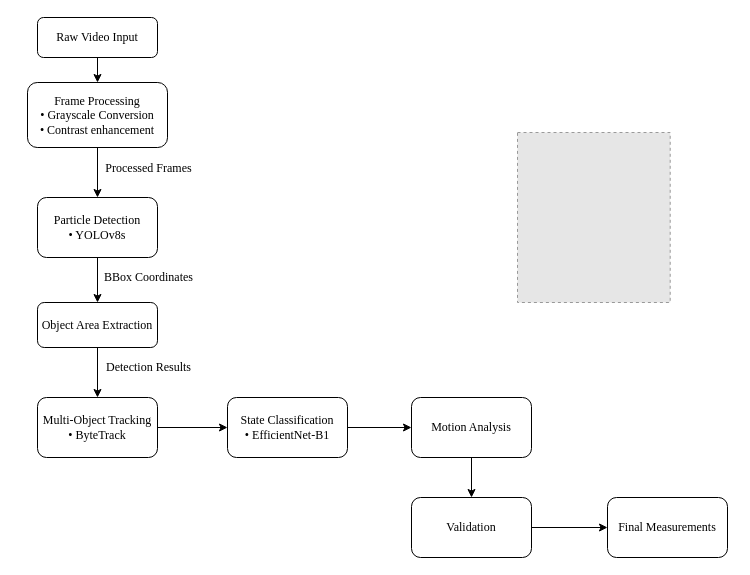
This is Untitled Diagram.drawio from 14790897/550-preprocess, a draw.io file, before an edit. Source tidied: cells renumbered, new cells numbered last; positions are measured from the earlier drawing's top-left corner, leaving out a move shared by most shapes. Both pictures are drawn from the tidied source at 100%, with x=0, y=0 at pixel (27, 17). Pictures stored in the file or linked from it are replaced by grey dashed boxes.
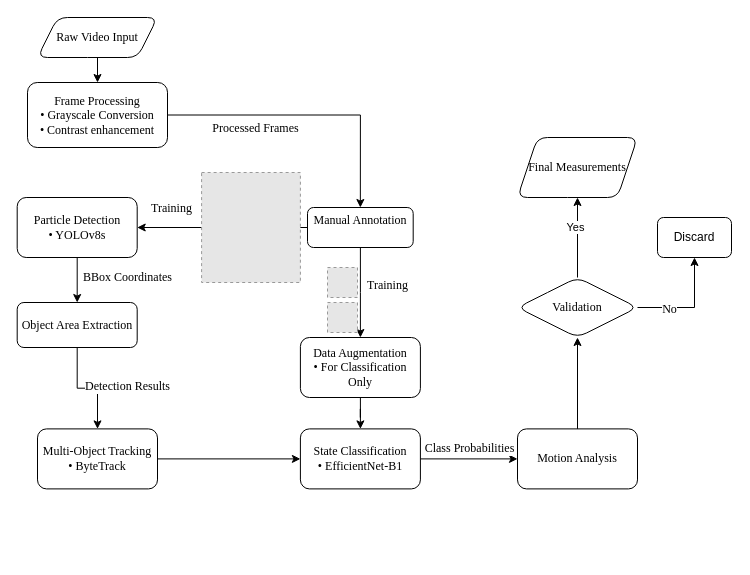
After the change.

Unchanged cells that the change refers to:
```xml
<mxCell id="7" value="Frame Processing&lt;div&gt;• Grayscale Conversion&lt;/div&gt;&lt;div&gt;• Contrast enhancement&lt;/div&gt;" style="rounded=1;whiteSpace=wrap;html=1;fontSize=12;glass=0;strokeWidth=1;shadow=0;fontFamily=Times New Roman;" parent="1" vertex="1">
  <mxGeometry y="65" width="140" height="65" as="geometry" />
</mxCell>
<mxCell id="16" style="edgeStyle=orthogonalEdgeStyle;rounded=0;jettySize=auto;html=1;entryX=0;entryY=0.5;entryDx=0;entryDy=0;fontFamily=Times New Roman;fontSize=12;fontColor=default;" parent="1" edge="1" source="17" target="19">
  <mxGeometry relative="1" as="geometry" />
</mxCell>
<mxCell id="20" style="edgeStyle=orthogonalEdgeStyle;rounded=0;jettySize=auto;html=1;fontFamily=Times New Roman;fontSize=12;fontColor=default;" parent="1" edge="1" source="21" target="22">
  <mxGeometry relative="1" as="geometry" />
</mxCell>
```

What changed in the source:
```diff
@@
-    <mxCell id="3" value="Raw Video Input" style="rounded=1;whiteSpace=wrap;html=1;fontSize=12;glass=0;strokeWidth=1;shadow=0;fontFamily=Times New Roman;" parent="1" vertex="1">
+    <mxCell id="3" value="Raw Video Input" style="rounded=1;whiteSpace=wrap;html=1;fontSize=12;glass=0;strokeWidth=1;shadow=0;fontFamily=Times New Roman;shape=parallelogram;perimeter=parallelogramPerimeter;fixedSize=1;" parent="1" vertex="1">
       <mxGeometry x="10" width="120" height="40" as="geometry" />
     </mxCell>
-    <mxCell id="4" style="fillColor=#E6E6E6;strokeColor=#999999;dashed=1;verticalLabelPosition=bottom;verticalAlign=top;" parent="1" vertex="1">
-      <mxGeometry x="490" y="115" width="152.7" height="170" as="geometry" />
-    </mxCell>
-    <mxCell id="5" style="edgeStyle=orthogonalEdgeStyle;rounded=0;jettySize=auto;html=1;entryX=0.5;entryY=0;entryDx=0;entryDy=0;fontFamily=Times New Roman;fontSize=12;fontColor=default;" parent="1" edge="1" source="7" target="10">
+    <mxCell id="5" style="edgeStyle=orthogonalEdgeStyle;rounded=0;jettySize=auto;html=1;entryX=0.5;entryY=0;entryDx=0;entryDy=0;fontFamily=Times New Roman;fontSize=12;fontColor=default;" parent="1" edge="1" source="7" target="32">
       <mxGeometry relative="1" as="geometry" />
     </mxCell>
@@
     <mxCell id="10" value="Particle Detection&lt;div&gt;• YOLOv8s&lt;/div&gt;" style="rounded=1;whiteSpace=wrap;html=1;shadow=0;glass=0;strokeColor=default;strokeWidth=1;align=center;verticalAlign=middle;fontFamily=Times New Roman;fontSize=12;fontColor=default;fillColor=default;" parent="1" vertex="1">
-      <mxGeometry x="10" y="180" width="120" height="60" as="geometry" />
+      <mxGeometry x="-10.3" y="180" width="120" height="60" as="geometry" />
     </mxCell>
@@
     <mxCell id="13" value="Object Area Extraction" style="rounded=1;whiteSpace=wrap;html=1;shadow=0;glass=0;strokeColor=default;strokeWidth=1;align=center;verticalAlign=middle;fontFamily=Times New Roman;fontSize=12;fontColor=default;fillColor=default;" parent="1" vertex="1">
-      <mxGeometry x="10" y="285" width="120" height="45" as="geometry" />
+      <mxGeometry x="-10.3" y="285" width="120" height="45" as="geometry" />
     </mxCell>
@@
     <mxCell id="15" value="Multi-Object Tracking&lt;div&gt;• ByteTrack&lt;/div&gt;" style="rounded=1;whiteSpace=wrap;html=1;shadow=0;glass=0;strokeColor=default;strokeWidth=1;align=center;verticalAlign=middle;fontFamily=Times New Roman;fontSize=12;fontColor=default;fillColor=default;" parent="1" vertex="1">
-      <mxGeometry x="10" y="380" width="120" height="60" as="geometry" />
+      <mxGeometry x="10" y="411.4" width="120" height="60" as="geometry" />
     </mxCell>
@@
+    <mxCell id="23" value="Class Probabilities" style="edgeLabel;html=1;align=center;verticalAlign=middle;rounded=1;strokeColor=default;fontFamily=Times New Roman;fontSize=12;fontColor=default;fillColor=default;" parent="16" vertex="1">
+      <mxGeometry x="0.01" relative="1" as="geometry">
+        <mxPoint y="-11" as="offset" />
+      </mxGeometry>
+    </mxCell>
     <mxCell id="17" value="State Classification&lt;div&gt;• EfficientNet-B1&lt;/div&gt;" style="rounded=1;whiteSpace=wrap;html=1;shadow=0;glass=0;strokeColor=default;strokeWidth=1;align=center;verticalAlign=middle;fontFamily=Times New Roman;fontSize=12;fontColor=default;fillColor=default;" parent="1" vertex="1">
-      <mxGeometry x="200" y="380" width="120" height="60" as="geometry" />
+      <mxGeometry x="272.9" y="411.4" width="120" height="60" as="geometry" />
     </mxCell>
-    <mxCell id="18" style="edgeStyle=orthogonalEdgeStyle;rounded=0;jettySize=auto;html=1;entryX=0.5;entryY=0;entryDx=0;entryDy=0;fontFamily=Times New Roman;fontSize=12;fontColor=default;" parent="1" edge="1" source="19" target="21">
+    <mxCell id="18" style="edgeStyle=orthogonalEdgeStyle;rounded=0;jettySize=auto;html=1;entryX=0.5;entryY=1;entryDx=0;entryDy=0;fontFamily=Times New Roman;fontSize=12;fontColor=default;" parent="1" edge="1" source="19" target="21">
       <mxGeometry relative="1" as="geometry" />
     </mxCell>
     <mxCell id="19" value="Motion Analysis" style="rounded=1;whiteSpace=wrap;html=1;shadow=0;glass=0;strokeColor=default;strokeWidth=1;align=center;verticalAlign=middle;fontFamily=Times New Roman;fontSize=12;fontColor=default;fillColor=default;" parent="1" vertex="1">
-      <mxGeometry x="384" y="380" width="120" height="60" as="geometry" />
+      <mxGeometry x="490" y="411.4" width="120" height="60" as="geometry" />
     </mxCell>
@@
+    <mxCell id="24" value="Yes" style="edgeLabel;html=1;align=center;verticalAlign=middle;" parent="20" vertex="1">
+      <mxGeometry x="0.03" relative="1" as="geometry">
+        <mxPoint x="-3" y="-10" as="offset" />
+      </mxGeometry>
+    </mxCell>
+    <mxCell id="25" style="edgeStyle=orthogonalEdgeStyle;rounded=0;jettySize=auto;html=1;entryX=0.5;entryY=1;entryDx=0;entryDy=0;fontFamily=Times New Roman;fontSize=12;fontColor=default;" parent="1" edge="1" source="21" target="27">
+      <mxGeometry relative="1" as="geometry" />
+    </mxCell>
+    <mxCell id="26" value="No" style="edgeLabel;html=1;align=center;verticalAlign=middle;rounded=1;strokeColor=default;fontFamily=Times New Roman;fontSize=12;fontColor=default;fillColor=default;" parent="25" vertex="1">
+      <mxGeometry x="-0.42" y="-1" relative="1" as="geometry" />
+    </mxCell>
-    <mxCell id="21" value="Validation" style="rounded=1;whiteSpace=wrap;html=1;shadow=0;glass=0;strokeColor=default;strokeWidth=1;align=center;verticalAlign=middle;fontFamily=Times New Roman;fontSize=12;fontColor=default;fillColor=default;" parent="1" vertex="1">
-      <mxGeometry x="384" y="480" width="120" height="60" as="geometry" />
+    <mxCell id="21" value="Validation" style="rounded=1;whiteSpace=wrap;html=1;shadow=0;glass=0;strokeColor=default;strokeWidth=1;align=center;verticalAlign=middle;fontFamily=Times New Roman;fontSize=12;fontColor=default;fillColor=default;shape=rhombus;backgroundOutline=1;perimeter=rhombusPerimeter;" parent="1" vertex="1">
+      <mxGeometry x="490" y="260" width="120" height="60" as="geometry" />
     </mxCell>
-    <mxCell id="22" value="Final Measurements" style="rounded=1;whiteSpace=wrap;html=1;shadow=0;glass=0;strokeColor=default;strokeWidth=1;align=center;verticalAlign=middle;fontFamily=Times New Roman;fontSize=12;fontColor=default;fillColor=default;" parent="1" vertex="1">
-      <mxGeometry x="580" y="480" width="120" height="60" as="geometry" />
+    <mxCell id="22" value="Final Measurements" style="rounded=1;whiteSpace=wrap;html=1;shadow=0;glass=0;strokeColor=default;strokeWidth=1;align=center;verticalAlign=middle;fontFamily=Times New Roman;fontSize=12;fontColor=default;fillColor=default;shape=parallelogram;perimeter=parallelogramPerimeter;fixedSize=1;" parent="1" vertex="1">
+      <mxGeometry x="490" y="120" width="120" height="60" as="geometry" />
     </mxCell>
+    <mxCell id="27" value="Discard" style="rounded=1;whiteSpace=wrap;html=1;" parent="1" vertex="1">
+      <mxGeometry x="630" y="200" width="74" height="40" as="geometry" />
+    </mxCell>
+    <mxCell id="28" style="edgeStyle=orthogonalEdgeStyle;rounded=0;jettySize=auto;html=1;entryX=1;entryY=0.5;entryDx=0;entryDy=0;fontFamily=Times New Roman;fontSize=12;fontColor=default;" parent="1" edge="1" source="32" target="10">
+      <mxGeometry relative="1" as="geometry" />
+    </mxCell>
+    <mxCell id="29" value="Training" style="edgeLabel;html=1;align=center;verticalAlign=middle;rounded=1;strokeColor=default;fontFamily=Times New Roman;fontSize=12;fontColor=default;fillColor=default;" parent="28" vertex="1">
+      <mxGeometry x="0.07" relative="1" as="geometry">
+        <mxPoint x="-46" y="-20" as="offset" />
+      </mxGeometry>
+    </mxCell>
+    <mxCell id="30" style="edgeStyle=orthogonalEdgeStyle;rounded=0;jettySize=auto;html=1;entryX=0.5;entryY=0;entryDx=0;entryDy=0;fontFamily=Times New Roman;fontSize=12;fontColor=default;" parent="1" edge="1" source="32" target="34">
+      <mxGeometry relative="1" as="geometry" />
+    </mxCell>
+    <mxCell id="31" value="Training" style="edgeLabel;html=1;align=center;verticalAlign=middle;rounded=1;strokeColor=default;fontFamily=Times New Roman;fontSize=12;fontColor=default;fillColor=default;" parent="30" vertex="1">
+      <mxGeometry x="-0.17" y="-1" relative="1" as="geometry">
+        <mxPoint x="28" as="offset" />
+      </mxGeometry>
+    </mxCell>
+    <mxCell id="32" value="Manual Annotation&lt;div&gt;&lt;br&gt;&lt;/div&gt;" style="rounded=1;whiteSpace=wrap;html=1;fontFamily=Times New Roman;" parent="1" vertex="1">
+      <mxGeometry x="280" y="190" width="105.7" height="40" as="geometry" />
+    </mxCell>
+    <mxCell id="33" style="edgeStyle=orthogonalEdgeStyle;rounded=0;jettySize=auto;html=1;entryX=0.5;entryY=0;entryDx=0;entryDy=0;fontFamily=Times New Roman;fontSize=12;fontColor=default;" parent="1" edge="1" source="34" target="17">
+      <mxGeometry relative="1" as="geometry" />
+    </mxCell>
+    <mxCell id="34" value="Data Augmentation&lt;div&gt;• For Classification Only&lt;/div&gt;" style="rounded=1;whiteSpace=wrap;html=1;strokeColor=default;align=center;verticalAlign=middle;fontFamily=Times New Roman;fontSize=12;fontColor=default;fillColor=default;" parent="1" vertex="1">
+      <mxGeometry x="272.9" y="320" width="120" height="60" as="geometry" />
+    </mxCell>
+    <mxCell id="35" style="fillColor=#E6E6E6;strokeColor=#999999;dashed=1;verticalLabelPosition=bottom;labelBackgroundColor=default;verticalAlign=top;" parent="1" vertex="1">
+      <mxGeometry x="300" y="250" width="30" height="30" as="geometry" />
+    </mxCell>
+    <mxCell id="36" style="fillColor=#E6E6E6;strokeColor=#999999;dashed=1;verticalLabelPosition=bottom;labelBackgroundColor=default;verticalAlign=top;" parent="1" vertex="1">
+      <mxGeometry x="300" y="285" width="30" height="30" as="geometry" />
+    </mxCell>
+    <mxCell id="4" style="fillColor=#E6E6E6;strokeColor=#999999;dashed=1;verticalLabelPosition=bottom;verticalAlign=top;" parent="1" vertex="1">
+      <mxGeometry x="174.1" y="155" width="98.8" height="110" as="geometry" />
+    </mxCell>
```
